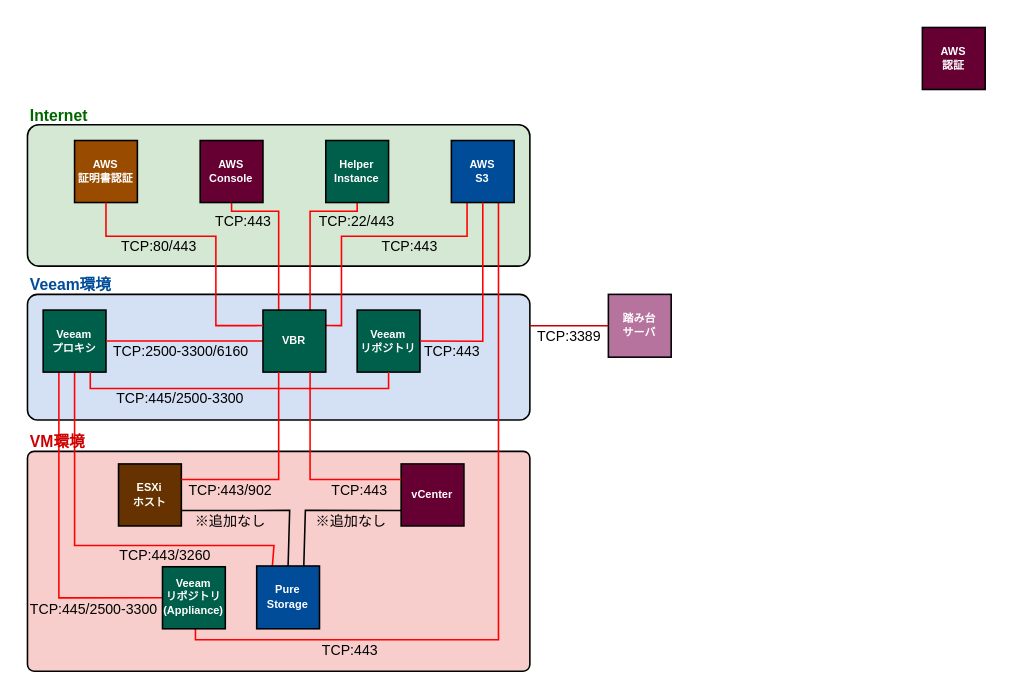
Above: Veeam構成_20241112.drawio in reizo0901/drawio (draw.io), before the change. Source tidied: cells renumbered, new cells numbered last; positions are measured from the earlier drawing's top-left corner, leaving out a move shared by most shapes. Both pictures are drawn from the tidied source at 157%, with x=0, y=0 at pixel (27, 27).
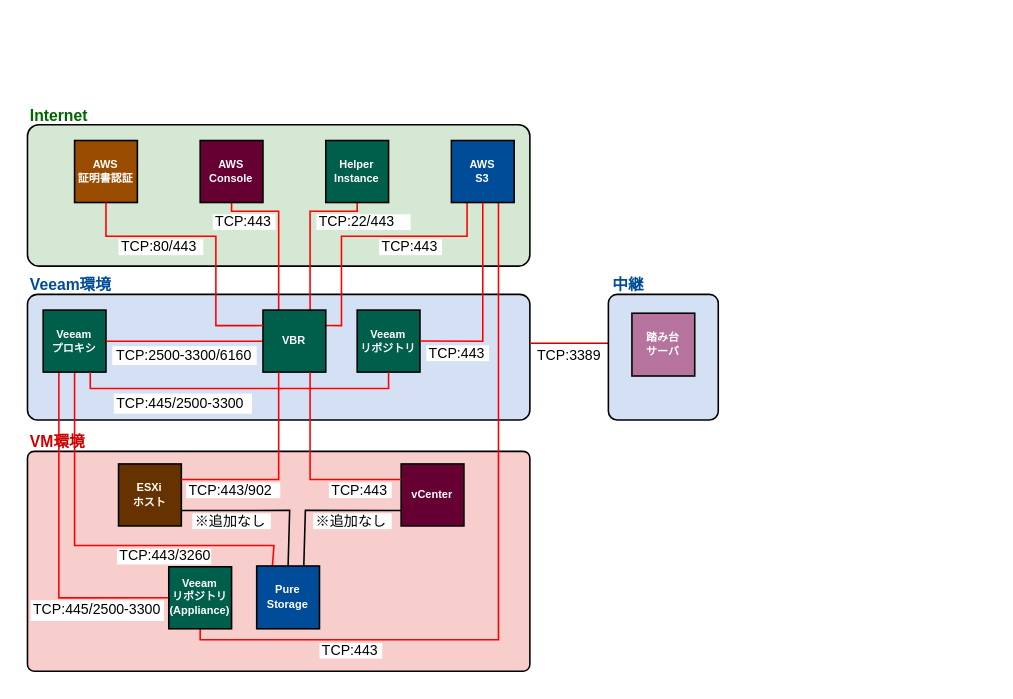
Above is the later version.

Commit message:
Veeam構成_20241112.drawio を更新します

The change refers to these unchanged cells:
```xml
<mxCell id="3" style="rounded=1;whiteSpace=wrap;html=1;arcSize=8;fillColor=#D4E1F5;strokeColor=default;" parent="1" vertex="1">
  <mxGeometry y="170" width="320" height="80" as="geometry" />
</mxCell>
<mxCell id="9" value="&lt;b&gt;&lt;font style=&quot;color: rgb(255, 255, 255);&quot;&gt;Veeam&lt;/font&gt;&lt;/b&gt;&lt;div&gt;&lt;font color=&quot;#ffffff&quot;&gt;&lt;b&gt;プロキシ&lt;/b&gt;&lt;/font&gt;&lt;/div&gt;" style="rounded=0;whiteSpace=wrap;html=1;fillColor=light-dark(#005f4b, #ededed);fontSize=7;strokeWidth=1;strokeColor=default;" parent="1" vertex="1">
  <mxGeometry x="10" y="180" width="40" height="39.5" as="geometry" />
</mxCell>
<mxCell id="16" value="&lt;b&gt;&lt;font style=&quot;color: rgb(255, 255, 255);&quot;&gt;VBR&lt;/font&gt;&lt;/b&gt;" style="rounded=0;whiteSpace=wrap;html=1;fillColor=light-dark(#005f4b, #ededed);fontSize=7;strokeWidth=1;strokeColor=default;" parent="1" vertex="1">
  <mxGeometry x="150" y="180" width="40" height="39.5" as="geometry" />
</mxCell>
<mxCell id="19" value="&lt;font color=&quot;#ffffff&quot;&gt;&lt;b&gt;AWS&lt;/b&gt;&lt;/font&gt;&lt;div&gt;&lt;font color=&quot;#ffffff&quot;&gt;&lt;b&gt;S3&lt;/b&gt;&lt;/font&gt;&lt;/div&gt;" style="rounded=0;whiteSpace=wrap;html=1;fillColor=light-dark(#004c99, #EDEDED);fontSize=7;strokeWidth=1;strokeColor=default;" parent="1" vertex="1">
  <mxGeometry x="270" y="72" width="40" height="39.5" as="geometry" />
</mxCell>
```

The edit, as a diff of the source:
```diff
@@
-    <mxCell id="15" style="edgeStyle=orthogonalEdgeStyle;rounded=0;jettySize=auto;html=1;exitX=0;exitY=0.5;exitDx=0;exitDy=0;entryX=1;entryY=0.5;entryDx=0;entryDy=0;endArrow=none;endFill=0;strokeWidth=1;strokeColor=#FF0000;" parent="1" edge="1" source="16" target="9">
-      <mxGeometry relative="1" as="geometry" />
+    <mxCell id="15" style="edgeStyle=orthogonalEdgeStyle;rounded=0;orthogonalLoop=1;jettySize=auto;html=1;exitX=0;exitY=0.5;exitDx=0;exitDy=0;entryX=1;entryY=0.5;entryDx=0;entryDy=0;endArrow=none;endFill=0;strokeWidth=1;strokeColor=#FF0000;" parent="1" edge="1">
+      <mxGeometry relative="1" as="geometry">
+        <mxPoint x="150" y="199.8" as="sourcePoint" />
+        <mxPoint x="50" y="199.8" as="targetPoint" />
+      </mxGeometry>
     </mxCell>
@@
     <mxCell id="17" style="edgeStyle=orthogonalEdgeStyle;rounded=0;jettySize=auto;html=1;entryX=0.75;entryY=1;entryDx=0;entryDy=0;endArrow=none;endFill=0;strokeWidth=1;strokeColor=#FF0000;exitX=0.5;exitY=1;exitDx=0;exitDy=0;" parent="1" edge="1" source="18" target="19">
       <mxGeometry relative="1" as="geometry">
         <Array as="points">
-          <mxPoint x="107" y="383" />
-          <mxPoint x="107" y="390" />
+          <mxPoint x="110" y="390" />
           <mxPoint x="300" y="390" />
         </Array>
       </mxGeometry>
     </mxCell>
     <mxCell id="18" value="&lt;div&gt;&lt;font color=&quot;#ffffff&quot;&gt;&lt;b&gt;Veeam&lt;/b&gt;&lt;/font&gt;&lt;/div&gt;&lt;div&gt;&lt;font color=&quot;#ffffff&quot;&gt;&lt;b&gt;リポジトリ&lt;/b&gt;&lt;/font&gt;&lt;/div&gt;&lt;div&gt;&lt;font color=&quot;#ffffff&quot;&gt;&lt;b&gt;(Appliance)&lt;/b&gt;&lt;/font&gt;&lt;/div&gt;" style="rounded=0;whiteSpace=wrap;html=1;fillColor=light-dark(#005f4b, #ededed);fontSize=7;strokeWidth=1;strokeColor=default;" parent="1" vertex="1">
-      <mxGeometry x="86" y="343.5" width="40" height="39.5" as="geometry" />
+      <mxGeometry x="90" y="343.5" width="40" height="39.5" as="geometry" />
     </mxCell>
@@
-    <mxCell id="22" value="&lt;font color=&quot;#ffffff&quot;&gt;&lt;b&gt;AWS&lt;/b&gt;&lt;/font&gt;&lt;div&gt;&lt;font color=&quot;#ffffff&quot;&gt;&lt;b&gt;認証&lt;/b&gt;&lt;/font&gt;&lt;/div&gt;" style="rounded=0;whiteSpace=wrap;html=1;fillColor=light-dark(#660033,#EDEDED);fontSize=7;" parent="1" vertex="1">
-      <mxGeometry x="570" width="40" height="39.5" as="geometry" />
-    </mxCell>
@@
-    <mxCell id="27" value="TCP:443" style="text;html=1;align=left;verticalAlign=middle;whiteSpace=wrap;rounded=0;fontSize=9;fontStyle=0;" parent="1" vertex="1">
+    <mxCell id="27" value="TCP:443" style="text;html=1;align=left;verticalAlign=middle;whiteSpace=wrap;rounded=0;fontSize=9;fontStyle=0;fillColor=default;" parent="1" vertex="1">
       <mxGeometry x="186" y="392" width="40" height="10" as="geometry" />
     </mxCell>
-    <mxCell id="28" value="TCP:443/3260" style="text;html=1;align=left;verticalAlign=middle;whiteSpace=wrap;rounded=0;fontSize=9;fontStyle=0;" parent="1" vertex="1">
+    <mxCell id="28" value="TCP:443/3260" style="text;html=1;align=left;verticalAlign=middle;whiteSpace=wrap;rounded=0;fontSize=9;fontStyle=0;fillColor=default;" parent="1" vertex="1">
       <mxGeometry x="57" y="332" width="60" height="10" as="geometry" />
     </mxCell>
-    <mxCell id="29" value="TCP:443" style="text;html=1;align=left;verticalAlign=middle;whiteSpace=wrap;rounded=0;fontSize=9;fontStyle=0;rotation=0;" parent="1" vertex="1">
+    <mxCell id="29" value="TCP:443" style="text;html=1;align=left;verticalAlign=middle;whiteSpace=wrap;rounded=0;fontSize=9;fontStyle=0;rotation=0;fillColor=default;" parent="1" vertex="1">
       <mxGeometry x="192" y="289.8" width="40" height="10" as="geometry" />
     </mxCell>
-    <mxCell id="30" value="TCP:443/902" style="text;html=1;align=left;verticalAlign=middle;whiteSpace=wrap;rounded=0;fontSize=9;fontStyle=0;rotation=0;" parent="1" vertex="1">
+    <mxCell id="30" value="TCP:443/902" style="text;html=1;align=left;verticalAlign=middle;whiteSpace=wrap;rounded=0;fontSize=9;fontStyle=0;rotation=0;fillColor=default;" parent="1" vertex="1">
       <mxGeometry x="101" y="289.8" width="60" height="10" as="geometry" />
     </mxCell>
-    <mxCell id="31" value="TCP:22/&lt;span style=&quot;background-color: transparent; color: light-dark(rgb(0, 0, 0), rgb(255, 255, 255));&quot;&gt;443&lt;/span&gt;" style="text;html=1;align=left;verticalAlign=middle;whiteSpace=wrap;rounded=0;fontSize=9;fontStyle=0;" parent="1" vertex="1">
+    <mxCell id="31" value="TCP:22/&lt;span style=&quot;background-color: transparent; color: light-dark(rgb(0, 0, 0), rgb(255, 255, 255));&quot;&gt;443&lt;/span&gt;" style="text;html=1;align=left;verticalAlign=middle;whiteSpace=wrap;rounded=0;fontSize=9;fontStyle=0;fillColor=default;" parent="1" vertex="1">
       <mxGeometry x="184" y="119" width="60" height="10" as="geometry" />
     </mxCell>
-    <mxCell id="32" value="TCP:443" style="text;html=1;align=left;verticalAlign=middle;whiteSpace=wrap;rounded=0;fontSize=9;fontStyle=0;" parent="1" vertex="1">
+    <mxCell id="32" value="TCP:443" style="text;html=1;align=left;verticalAlign=middle;whiteSpace=wrap;rounded=0;fontSize=9;fontStyle=0;fillColor=default;" parent="1" vertex="1">
       <mxGeometry x="118" y="119" width="40" height="10" as="geometry" />
     </mxCell>
-    <mxCell id="33" value="TCP:80/&lt;span style=&quot;background-color: transparent; color: light-dark(rgb(0, 0, 0), rgb(255, 255, 255));&quot;&gt;443&lt;/span&gt;" style="text;html=1;align=left;verticalAlign=middle;whiteSpace=wrap;rounded=0;fontSize=9;fontStyle=0;" parent="1" vertex="1">
+    <mxCell id="33" value="TCP:80/&lt;span style=&quot;background-color: transparent; color: light-dark(rgb(0, 0, 0), rgb(255, 255, 255));&quot;&gt;443&lt;/span&gt;" style="text;html=1;align=left;verticalAlign=middle;whiteSpace=wrap;rounded=0;fontSize=9;fontStyle=0;fillColor=default;" parent="1" vertex="1">
       <mxGeometry x="58" y="135" width="54" height="10" as="geometry" />
     </mxCell>
-    <mxCell id="34" value="TCP:443" style="text;html=1;align=left;verticalAlign=middle;whiteSpace=wrap;rounded=0;fontSize=9;fontStyle=0;" parent="1" vertex="1">
+    <mxCell id="34" value="TCP:443" style="text;html=1;align=left;verticalAlign=middle;whiteSpace=wrap;rounded=0;fontSize=9;fontStyle=0;fillColor=default;" parent="1" vertex="1">
       <mxGeometry x="224" y="135" width="40" height="10" as="geometry" />
     </mxCell>
-    <mxCell id="35" value="TCP:&lt;span style=&quot;background-color: transparent; color: light-dark(rgb(0, 0, 0), rgb(255, 255, 255));&quot;&gt;2500-3300/&lt;/span&gt;&lt;span style=&quot;background-color: transparent; color: light-dark(rgb(0, 0, 0), rgb(255, 255, 255));&quot;&gt;6160&lt;/span&gt;" style="text;html=1;align=center;verticalAlign=middle;whiteSpace=wrap;rounded=0;fontSize=9;fontStyle=0;" parent="1" vertex="1">
-      <mxGeometry x="48" y="196.8" width="100" height="19.8" as="geometry" />
+    <mxCell id="35" value="TCP:&lt;span style=&quot;background-color: transparent; color: light-dark(rgb(0, 0, 0), rgb(255, 255, 255));&quot;&gt;2500-3300/&lt;/span&gt;&lt;span style=&quot;background-color: transparent; color: light-dark(rgb(0, 0, 0), rgb(255, 255, 255));&quot;&gt;6160&lt;/span&gt;" style="text;html=1;align=center;verticalAlign=middle;whiteSpace=wrap;rounded=0;fontSize=9;fontStyle=0;strokeColor=none;fillColor=default;" parent="1" vertex="1">
+      <mxGeometry x="54" y="203" width="92" height="12" as="geometry" />
     </mxCell>
-    <mxCell id="36" value="TCP:445/&lt;span style=&quot;background-color: transparent; color: light-dark(rgb(0, 0, 0), rgb(255, 255, 255));&quot;&gt;2500-3300&lt;/span&gt;" style="text;html=1;align=left;verticalAlign=middle;whiteSpace=wrap;rounded=0;fontSize=9;fontStyle=0;" parent="1" vertex="1">
-      <mxGeometry y="364.8" width="88" height="13.2" as="geometry" />
+    <mxCell id="36" value="TCP:445/&lt;span style=&quot;background-color: transparent; color: light-dark(rgb(0, 0, 0), rgb(255, 255, 255));&quot;&gt;2500-3300&lt;/span&gt;" style="text;html=1;align=left;verticalAlign=middle;whiteSpace=wrap;rounded=0;fontSize=9;fontStyle=0;fillColor=default;" parent="1" vertex="1">
+      <mxGeometry x="2" y="364.8" width="85" height="13.2" as="geometry" />
     </mxCell>
@@
-    <mxCell id="38" value="TCP:443" style="text;html=1;align=left;verticalAlign=middle;whiteSpace=wrap;rounded=0;fontSize=9;fontStyle=0;" parent="1" vertex="1">
-      <mxGeometry x="251" y="201.5" width="40" height="10" as="geometry" />
+    <mxCell id="38" value="TCP:443" style="text;html=1;align=left;verticalAlign=middle;whiteSpace=wrap;rounded=0;fontSize=9;fontStyle=0;fillColor=default;" parent="1" vertex="1">
+      <mxGeometry x="254" y="202.5" width="40" height="10" as="geometry" />
     </mxCell>
@@
-    <mxCell id="40" value="TCP:445/&lt;span style=&quot;background-color: transparent; color: light-dark(rgb(0, 0, 0), rgb(255, 255, 255));&quot;&gt;2500-3300&lt;/span&gt;" style="text;html=1;align=left;verticalAlign=middle;whiteSpace=wrap;rounded=0;fontSize=9;fontStyle=0;" parent="1" vertex="1">
-      <mxGeometry x="55" y="227.2" width="88" height="19.8" as="geometry" />
+    <mxCell id="40" value="TCP:445/&lt;span style=&quot;background-color: transparent; color: light-dark(rgb(0, 0, 0), rgb(255, 255, 255));&quot;&gt;2500-3300&lt;/span&gt;" style="text;html=1;align=left;verticalAlign=middle;whiteSpace=wrap;rounded=0;fontSize=9;fontStyle=0;fillColor=default;" parent="1" vertex="1">
+      <mxGeometry x="55" y="233.2" width="88" height="12.8" as="geometry" />
     </mxCell>
@@
-    <mxCell id="43" value="※追加なし" style="text;html=1;align=left;verticalAlign=middle;whiteSpace=wrap;rounded=0;fontSize=9;fontStyle=0;rotation=0;" parent="1" vertex="1">
+    <mxCell id="43" value="※追加なし" style="text;html=1;align=left;verticalAlign=middle;whiteSpace=wrap;rounded=0;fontSize=9;fontStyle=0;rotation=0;fillColor=default;" parent="1" vertex="1">
       <mxGeometry x="182" y="309.5" width="50" height="10" as="geometry" />
     </mxCell>
-    <mxCell id="44" value="※追加なし" style="text;html=1;align=left;verticalAlign=middle;whiteSpace=wrap;rounded=0;fontSize=9;fontStyle=0;rotation=0;" parent="1" vertex="1">
+    <mxCell id="44" value="※追加なし" style="text;html=1;align=left;verticalAlign=middle;whiteSpace=wrap;rounded=0;fontSize=9;fontStyle=0;rotation=0;fillColor=default;" parent="1" vertex="1">
       <mxGeometry x="105" y="309.5" width="50" height="10" as="geometry" />
     </mxCell>
-    <mxCell id="45" value="&lt;font color=&quot;#ffffff&quot;&gt;&lt;b&gt;踏み台&lt;/b&gt;&lt;/font&gt;&lt;div&gt;&lt;font color=&quot;#ffffff&quot;&gt;&lt;b&gt;サーバ&lt;/b&gt;&lt;/font&gt;&lt;/div&gt;" style="rounded=0;whiteSpace=wrap;html=1;fillColor=light-dark(#B5739D,#EDEDED);fontSize=7;strokeWidth=1;strokeColor=default;" parent="1" vertex="1">
-      <mxGeometry x="370" y="170" width="40" height="40" as="geometry" />
-    </mxCell>
-    <mxCell id="46" style="endArrow=none;html=1;rounded=0;entryX=0;entryY=0.5;entryDx=0;entryDy=0;exitX=1;exitY=0.25;exitDx=0;exitDy=0;strokeColor=#CC0000;" parent="1" edge="1" source="3" target="45">
+    <mxCell id="46" style="endArrow=none;html=1;rounded=0;entryX=0.051;entryY=0.389;entryDx=0;entryDy=0;exitX=1.002;exitY=0.389;exitDx=0;exitDy=0;strokeColor=#CC0000;exitPerimeter=0;entryPerimeter=0;" parent="1" edge="1" source="3" target="51">
       <mxGeometry relative="1" as="geometry" />
     </mxCell>
     <mxCell id="47" value="TCP:3389" style="text;html=1;align=left;verticalAlign=middle;whiteSpace=wrap;rounded=0;fontSize=9;fontStyle=0;" parent="1" vertex="1">
-      <mxGeometry x="323" y="191.5" width="40" height="10" as="geometry" />
+      <mxGeometry x="323" y="203.5" width="40" height="10" as="geometry" />
     </mxCell>
     <mxCell id="48" value="Internet" style="text;html=1;align=left;verticalAlign=middle;whiteSpace=wrap;rounded=0;fontSize=10;fontStyle=1;fontColor=#006600;" parent="1" vertex="1">
-      <mxGeometry y="50" width="60" height="12" as="geometry" />
+      <mxGeometry y="50" width="50" height="12" as="geometry" />
     </mxCell>
     <mxCell id="49" value="Veeam環境" style="text;html=1;align=left;verticalAlign=middle;whiteSpace=wrap;rounded=0;fontSize=10;fontStyle=1;fontColor=#004C99;" parent="1" vertex="1">
-      <mxGeometry y="158" width="80" height="12" as="geometry" />
+      <mxGeometry y="158" width="60" height="12" as="geometry" />
     </mxCell>
@@
+    <mxCell id="51" style="rounded=1;whiteSpace=wrap;html=1;arcSize=8;fillColor=#D4E1F5;strokeColor=default;" parent="1" vertex="1">
+      <mxGeometry x="370" y="170" width="70" height="80" as="geometry" />
+    </mxCell>
+    <mxCell id="45" value="&lt;font color=&quot;#ffffff&quot;&gt;&lt;b&gt;踏み台&lt;/b&gt;&lt;/font&gt;&lt;div&gt;&lt;font color=&quot;#ffffff&quot;&gt;&lt;b&gt;サーバ&lt;/b&gt;&lt;/font&gt;&lt;/div&gt;" style="rounded=0;whiteSpace=wrap;html=1;fillColor=light-dark(#B5739D,#EDEDED);fontSize=7;strokeWidth=1;strokeColor=default;" parent="1" vertex="1">
+      <mxGeometry x="385" y="182" width="40" height="40" as="geometry" />
+    </mxCell>
+    <mxCell id="52" value="中継" style="text;html=1;align=left;verticalAlign=middle;whiteSpace=wrap;rounded=0;fontSize=10;fontStyle=1;fontColor=#004C99;" parent="1" vertex="1">
+      <mxGeometry x="371" y="158" width="29" height="12" as="geometry" />
+    </mxCell>
```
